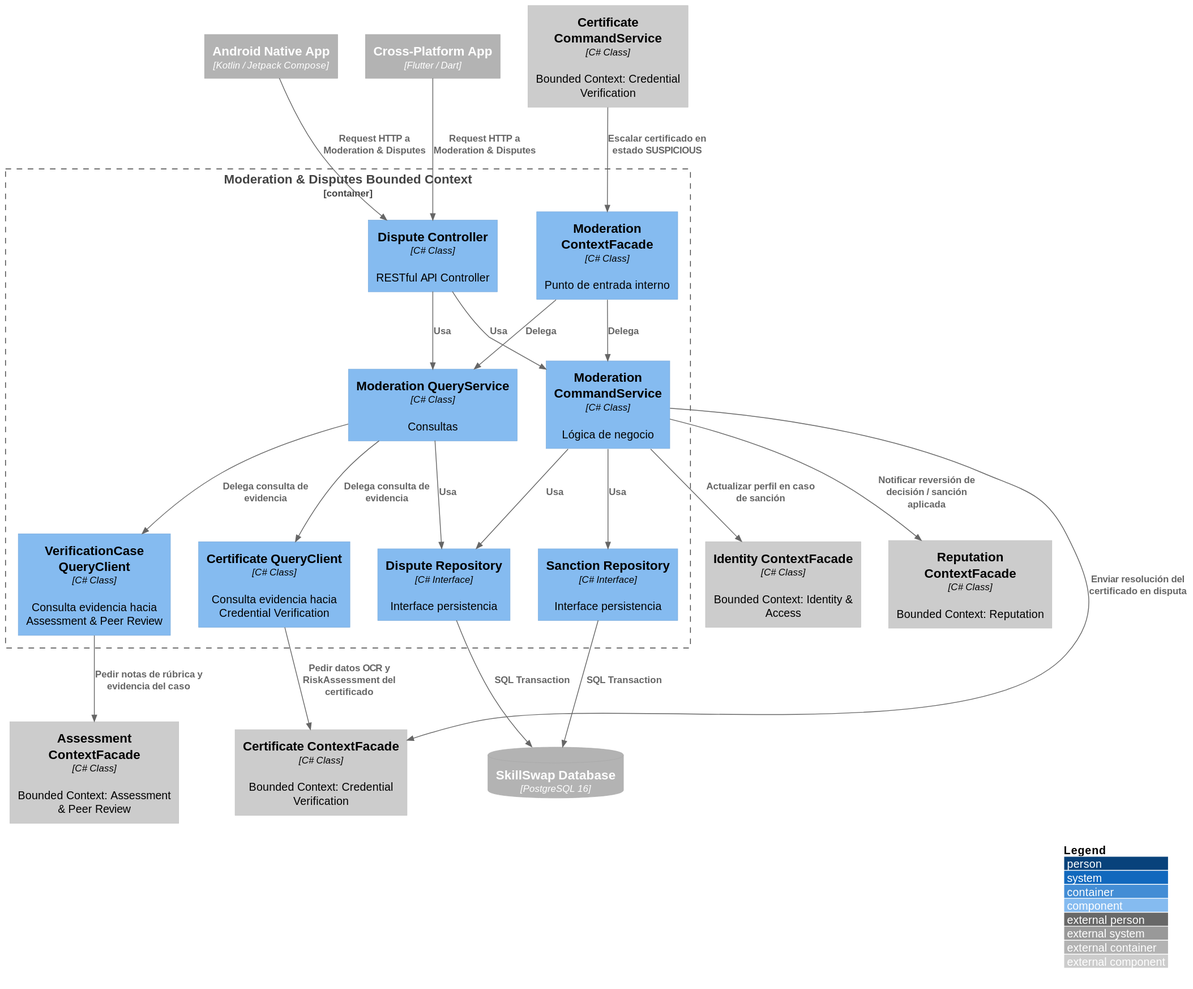
Aplicaciones-Dispositivos-Moviles/SkillSwap-ProjectReport keeps this PlantUML diagram as images-doc/ModerationDisputesComponent.svg. Above is the earlier version.
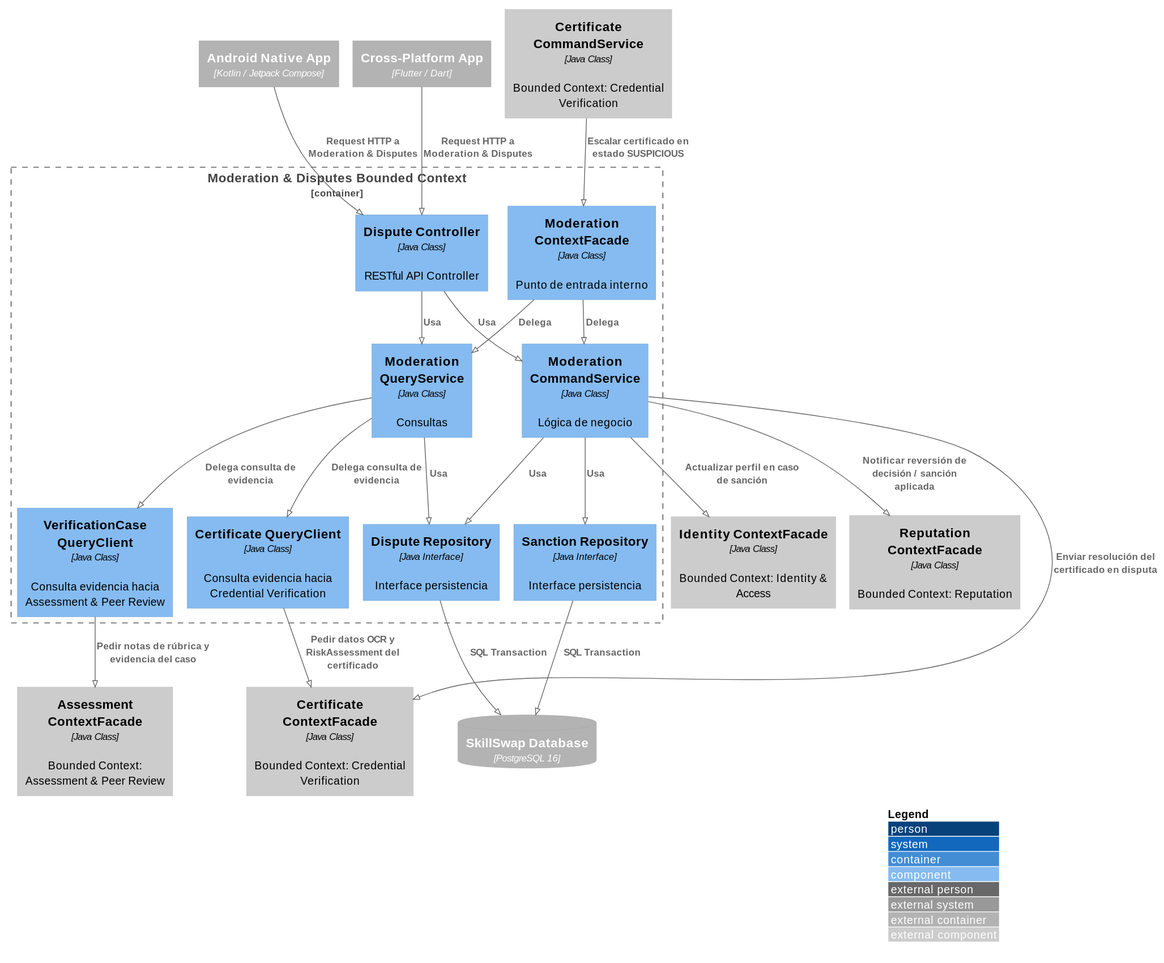
Later version of the same file.

What changed in the source:
```diff
@@ -1,4 +1,5 @@
 @startuml
+!pragma layout smetana
 !include https://raw.githubusercontent.com/plantuml-stdlib/C4-PlantUML/master/C4_Component.puml
 
 LAYOUT_WITH_LEGEND()
@@ -8,21 +9,21 @@
 ContainerDb_Ext(mainDB, "SkillSwap Database", "PostgreSQL 16")
 
 Container_Boundary(moderationBC, "Moderation & Disputes Bounded Context") {
-    Component(disputeController, "Dispute Controller", "C# Class", "RESTful API Controller")
-    Component(moderationCommandService, "Moderation CommandService", "C# Class", "Lógica de negocio")
-    Component(moderationQueryService, "Moderation QueryService", "C# Class", "Consultas")
-    Component(disputeRepository, "Dispute Repository", "C# Interface", "Interface persistencia")
-    Component(sanctionRepository, "Sanction Repository", "C# Interface", "Interface persistencia")
-    Component(certificateQueryClient, "Certificate QueryClient", "C# Class", "Consulta evidencia hacia Credential Verification")
-    Component(verificationCaseQueryClient, "VerificationCase QueryClient", "C# Class", "Consulta evidencia hacia Assessment & Peer Review")
-    Component(moderationContextFacade, "Moderation ContextFacade", "C# Class", "Punto de entrada interno")
+    Component(disputeController, "Dispute Controller", "Java Class", "RESTful API Controller")
+    Component(moderationCommandService, "Moderation CommandService", "Java Class", "Lógica de negocio")
+    Component(moderationQueryService, "Moderation QueryService", "Java Class", "Consultas")
+    Component(disputeRepository, "Dispute Repository", "Java Interface", "Interface persistencia")
+    Component(sanctionRepository, "Sanction Repository", "Java Interface", "Interface persistencia")
+    Component(certificateQueryClient, "Certificate QueryClient", "Java Class", "Consulta evidencia hacia Credential Verification")
+    Component(verificationCaseQueryClient, "VerificationCase QueryClient", "Java Class", "Consulta evidencia hacia Assessment & Peer Review")
+    Component(moderationContextFacade, "Moderation ContextFacade", "Java Class", "Punto de entrada interno")
 }
 
-Component_Ext(identityContextFacade, "Identity ContextFacade", "C# Class", "Bounded Context: Identity & Access")
-Component_Ext(reputationContextFacade, "Reputation ContextFacade", "C# Class", "Bounded Context: Reputation")
-Component_Ext(credentialContextFacade, "Certificate ContextFacade", "C# Class", "Bounded Context: Credential Verification")
-Component_Ext(credentialCommandService, "Certificate CommandService", "C# Class", "Bounded Context: Credential Verification")
-Component_Ext(assessmentContextFacade, "Assessment ContextFacade", "C# Class", "Bounded Context: Assessment & Peer Review")
+Component_Ext(identityContextFacade, "Identity ContextFacade", "Java Class", "Bounded Context: Identity & Access")
+Component_Ext(reputationContextFacade, "Reputation ContextFacade", "Java Class", "Bounded Context: Reputation")
+Component_Ext(credentialContextFacade, "Certificate ContextFacade", "Java Class", "Bounded Context: Credential Verification")
+Component_Ext(credentialCommandService, "Certificate CommandService", "Java Class", "Bounded Context: Credential Verification")
+Component_Ext(assessmentContextFacade, "Assessment ContextFacade", "Java Class", "Bounded Context: Assessment & Peer Review")
 
 Rel(androidApp, disputeController, "Request HTTP a Moderation & Disputes")
 Rel(flutterApp, disputeController, "Request HTTP a Moderation & Disputes")
```
